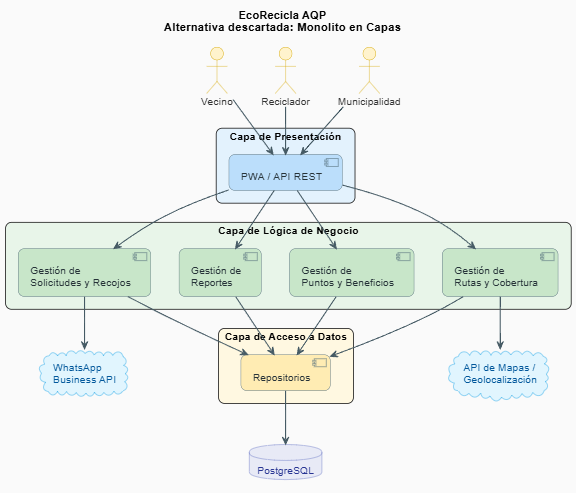
SharonCondoriUNSA/cs-2026b-lab04-grupo10 keeps this PlantUML diagram as docs/architecture/diagramas/img/alternativa-capas.png. Above is the earlier version. Its source is kept beside it as docs/architecture/diagramas/alternativa-capas.puml.
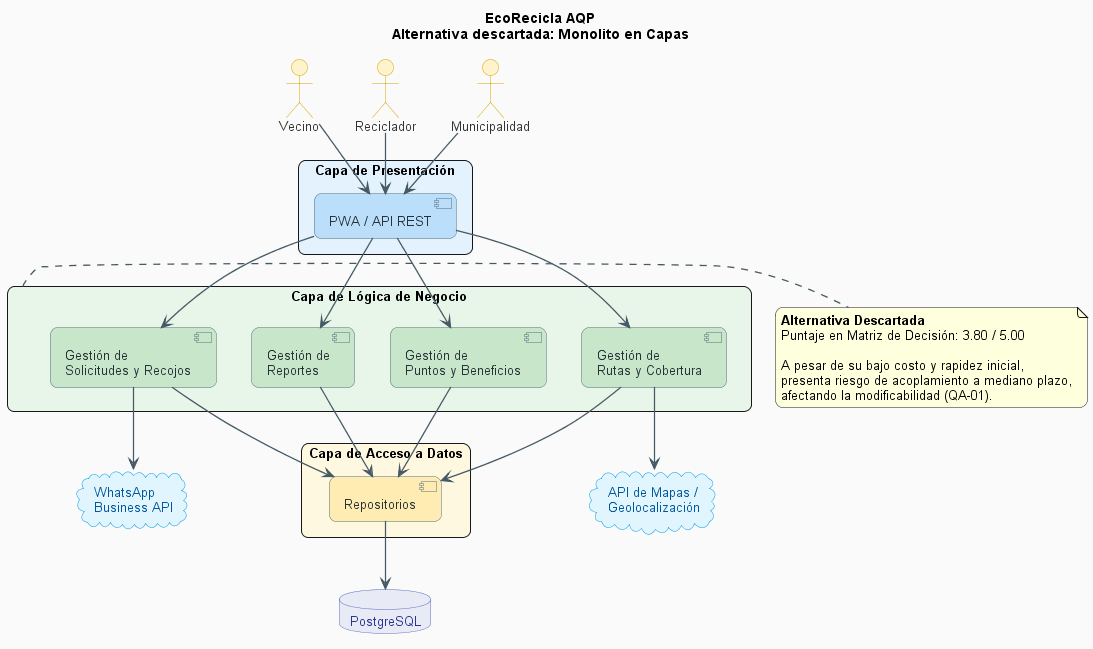
The same diagram one commit later.

Commit message:
fix(E5): corregir puntaje y nota de alternativa descartada

What changed in the source:
```diff
@@ -82,4 +82,12 @@
 Solicitudes --> WhatsApp
 Rutas --> Mapas
 
+note right of Negocio
+  <b>Alternativa Descartada</b>
+  Puntaje en Matriz de Decisión: 3.80 / 5.00
+
+  A pesar de su bajo costo y rapidez inicial,
+  presenta riesgo de acoplamiento a mediano plazo,
+  afectando la modificabilidad (QA-01).
+end note
 @enduml
```
